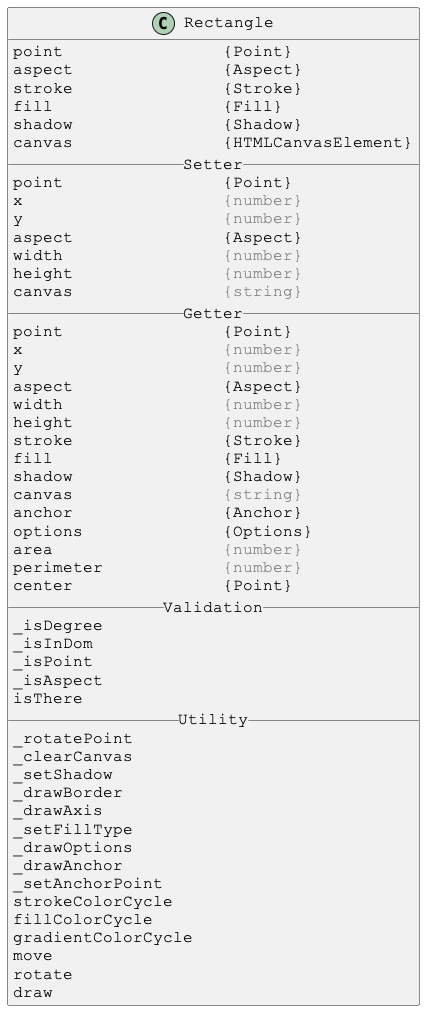
Before: docs/PlantUml/images/Rectangle.png, a diagram exported from PlantUML (Justin-Byrne/canvasLab).
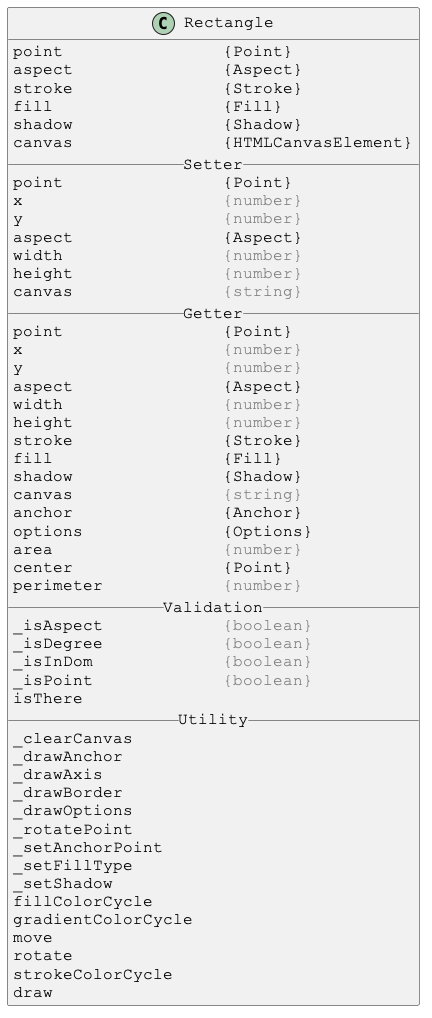
The same diagram one commit later.

Change to the diagram source:
```diff
@@ -32,29 +32,29 @@
 anchor               {Anchor}
 options              {Options}
 area                 <color:gray>{number}</color>
+center               {Point}
 perimeter            <color:gray>{number}</color>
-center               {Point}
 __ Validation __
-_isDegree
-_isInDom
-_isPoint
-_isAspect
+_isAspect            <color:gray>{boolean}</color>
+_isDegree            <color:gray>{boolean}</color>
+_isInDom             <color:gray>{boolean}</color>
+_isPoint             <color:gray>{boolean}</color>
 isThere
 __ Utility __
+_clearCanvas
+_drawAnchor
+_drawAxis
+_drawBorder
+_drawOptions
 _rotatePoint
-_clearCanvas
+_setAnchorPoint
+_setFillType
 _setShadow
-_drawBorder
-_drawAxis
-_setFillType
-_drawOptions
-_drawAnchor
-_setAnchorPoint
-strokeColorCycle
 fillColorCycle
 gradientColorCycle
 move
 rotate
+strokeColorCycle
 draw
 }
 
```
